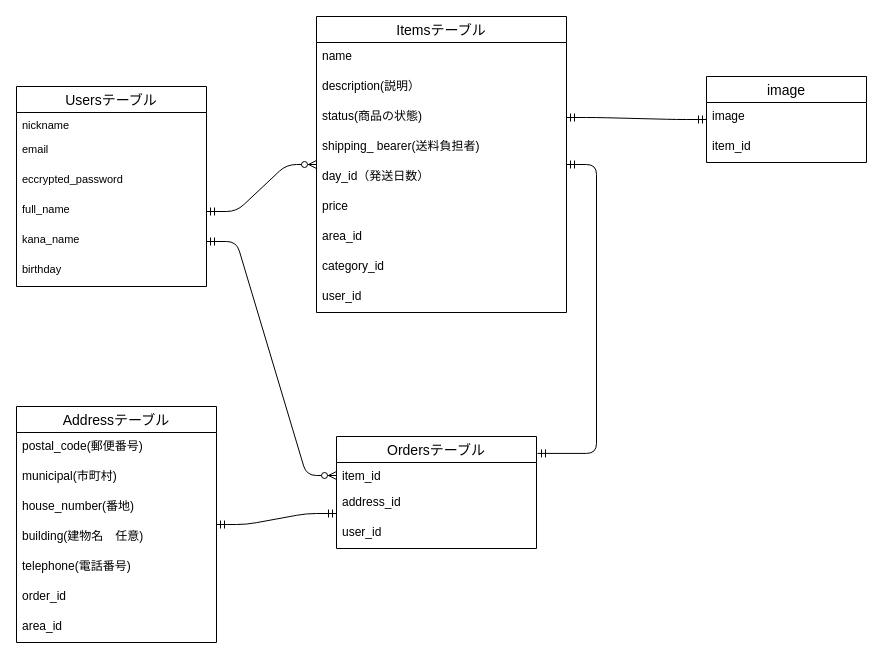
This is furima.dio from yanagi0306/furima-37111, a draw.io file, before an edit. Source tidied: cells renumbered, new cells numbered last; positions are measured from the earlier drawing's top-left corner, leaving out a move shared by most shapes. Both pictures are drawn from the tidied source at 100%, with x=0, y=0 at pixel (16, 16).
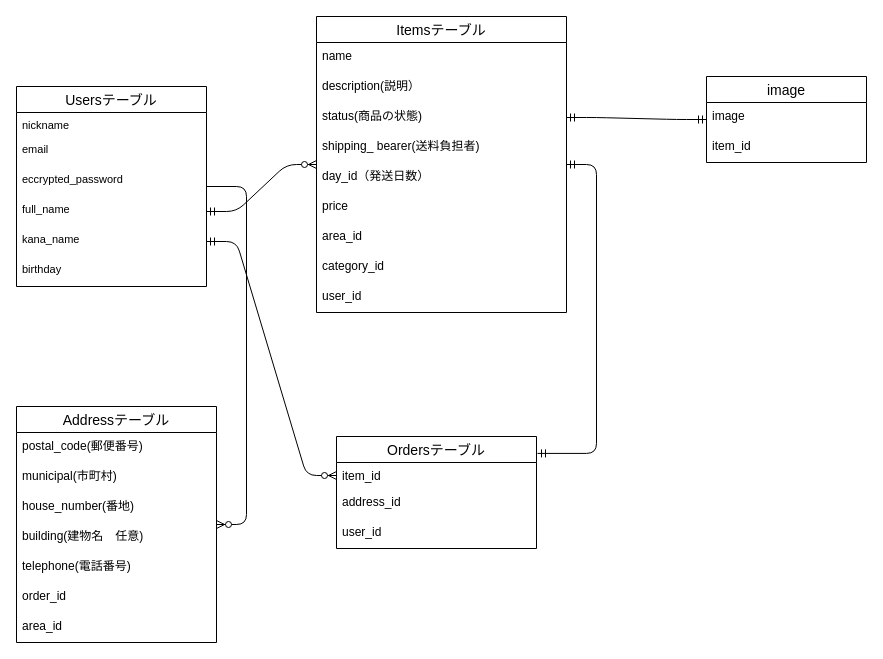
The same diagram, later.

Commit message (it also covers changes not shown here):
データベース設計修正2

Unchanged cells that the change refers to:
```xml
<mxCell id="2" value="Usersテーブル" style="swimlane;fontStyle=0;horizontal=1;startSize=26;align=center;fontSize=14;" parent="1" vertex="1">
  <mxGeometry y="70" width="190" height="200" as="geometry" />
</mxCell>
<mxCell id="28" value="Addressテーブル" style="swimlane;fontStyle=0;horizontal=1;startSize=26;align=center;fontSize=14;" parent="1" vertex="1">
  <mxGeometry y="390" width="200" height="236" as="geometry" />
</mxCell>
```

Change to the diagram source:
```diff
@@
-    <mxCell id="36" style="edgeStyle=entityRelationEdgeStyle;fontSize=12;html=1;endArrow=ERmandOne;startArrow=ERmandOne;" parent="1" edge="1" source="28">
-      <mxGeometry relative="1" as="geometry">
-        <mxPoint x="320" y="497" as="targetPoint" />
-      </mxGeometry>
-    </mxCell>
@@
+    <mxCell id="39" style="edgeStyle=entityRelationEdgeStyle;fontSize=12;html=1;endArrow=ERzeroToMany;endFill=1;" parent="1" edge="1" source="2" target="28">
+      <mxGeometry relative="1" as="geometry" />
+    </mxCell>
```
